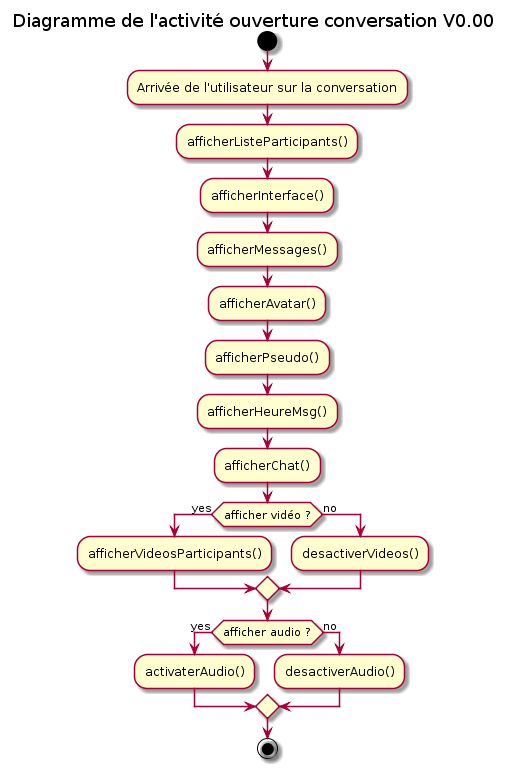
The PlantUML diagram DC/diagrammes/activity-openConv-diag.png in gdarchen/WhatsASI, before a commit.
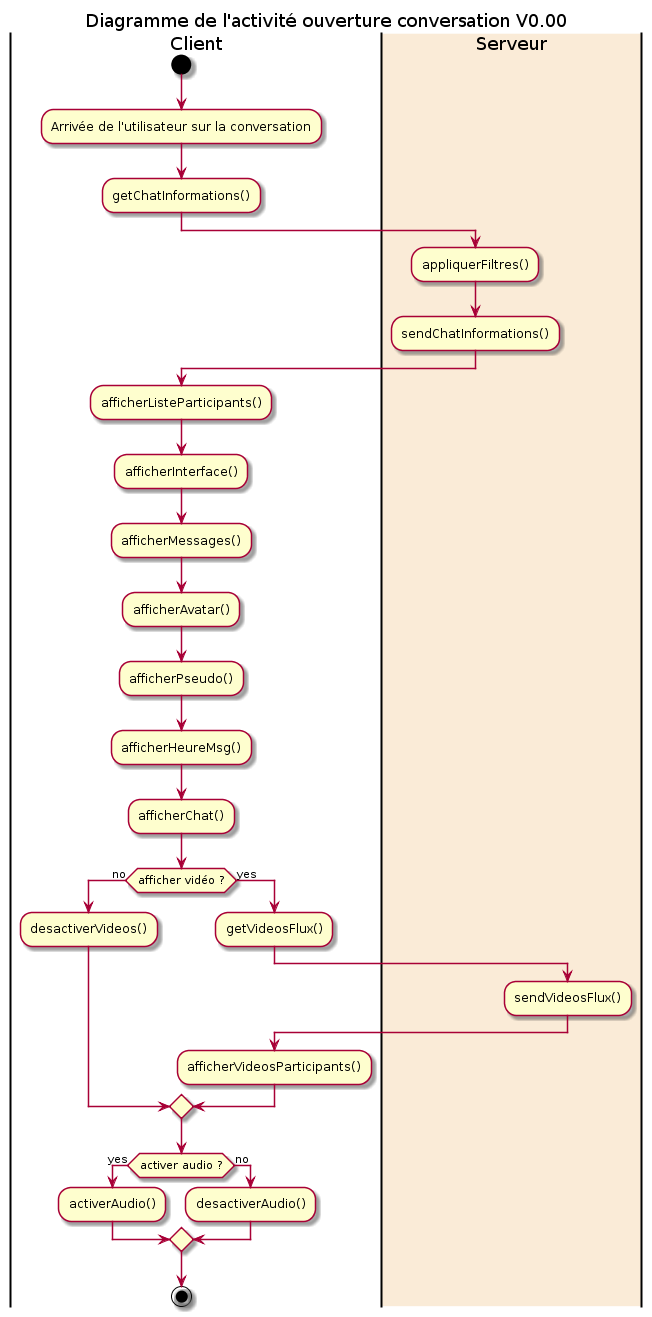
Above is the later version.

What changed in the source:
```diff
@@ -1,8 +1,14 @@
 @startuml
 title Diagramme de l'activité ouverture conversation V0.00
 
+|Client|
 start
 :Arrivée de l'utilisateur sur la conversation;
+:getChatInformations();
+|#AntiqueWhite|Serveur|
+:appliquerFiltres();
+:sendChatInformations();
+|Client|
 :afficherListeParticipants();
 :afficherInterface();
 :afficherMessages();
@@ -10,13 +16,17 @@
 :afficherPseudo();
 :afficherHeureMsg();
 :afficherChat();
-if (afficher vidéo ?) then (yes)
+if (afficher vidéo ?) then (no)
+  :desactiverVideos();
+else (yes)
+  :getVideosFlux();
+  |Serveur|
+  :sendVideosFlux();
+  |Client|
   :afficherVideosParticipants();
-else (no)
-  :desactiverVideos();
 endif
-if (afficher audio ?) then (yes)
-  :activaterAudio();
+if (activer audio ?) then (yes)
+  :activerAudio();
 else (no)
   :desactiverAudio();
 endif
```
